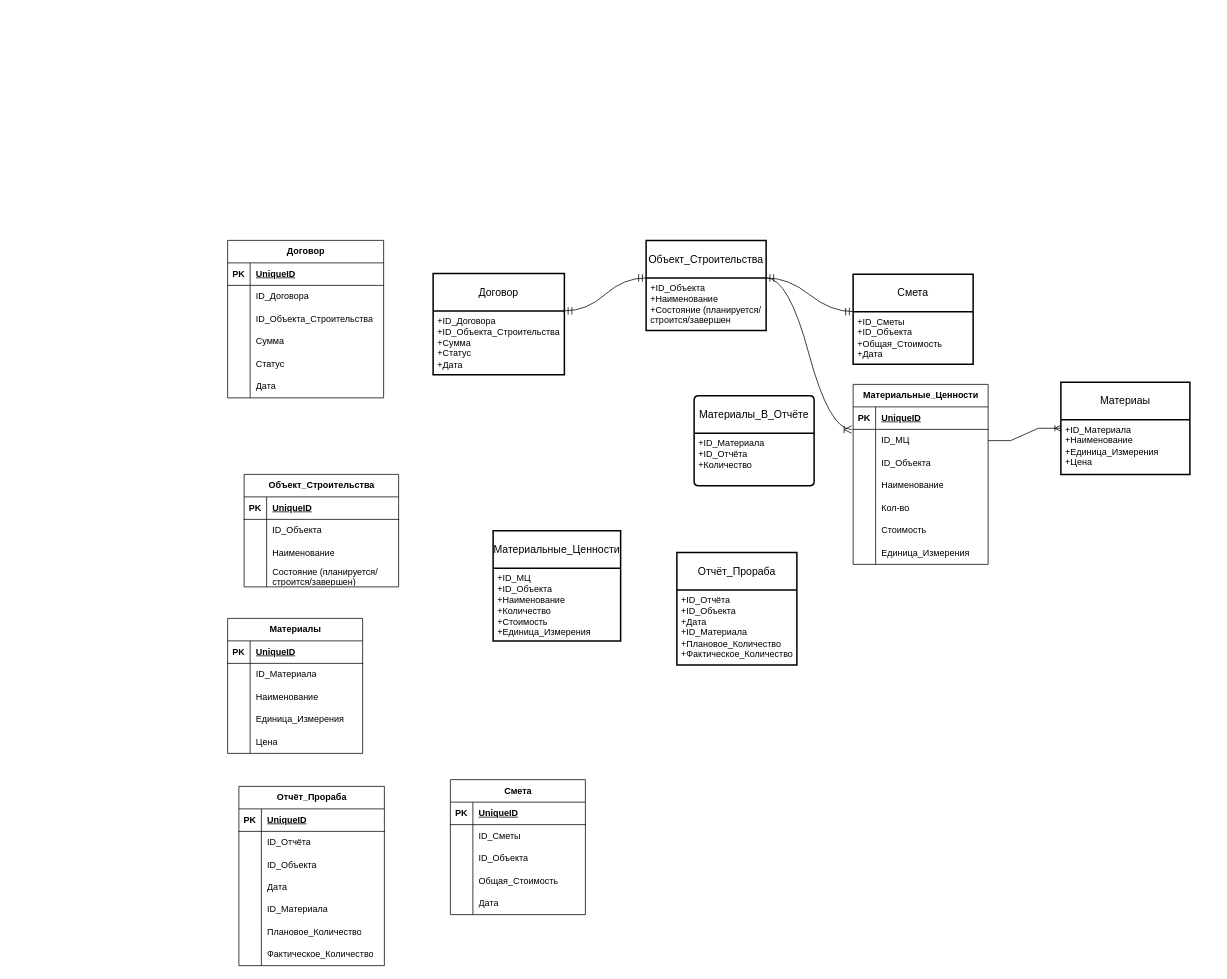
This is page "Страница — 1" (1 of 2) of ER-diagram model.drawio from HoveringTurtle/testrep, a draw.io file, before an edit. Source tidied: cells renumbered, new cells numbered last; positions are measured from the earlier drawing's top-left corner, leaving out a move shared by most shapes. Both pictures are drawn from the tidied source at 75%, with x=0, y=0 at pixel (227, 240).
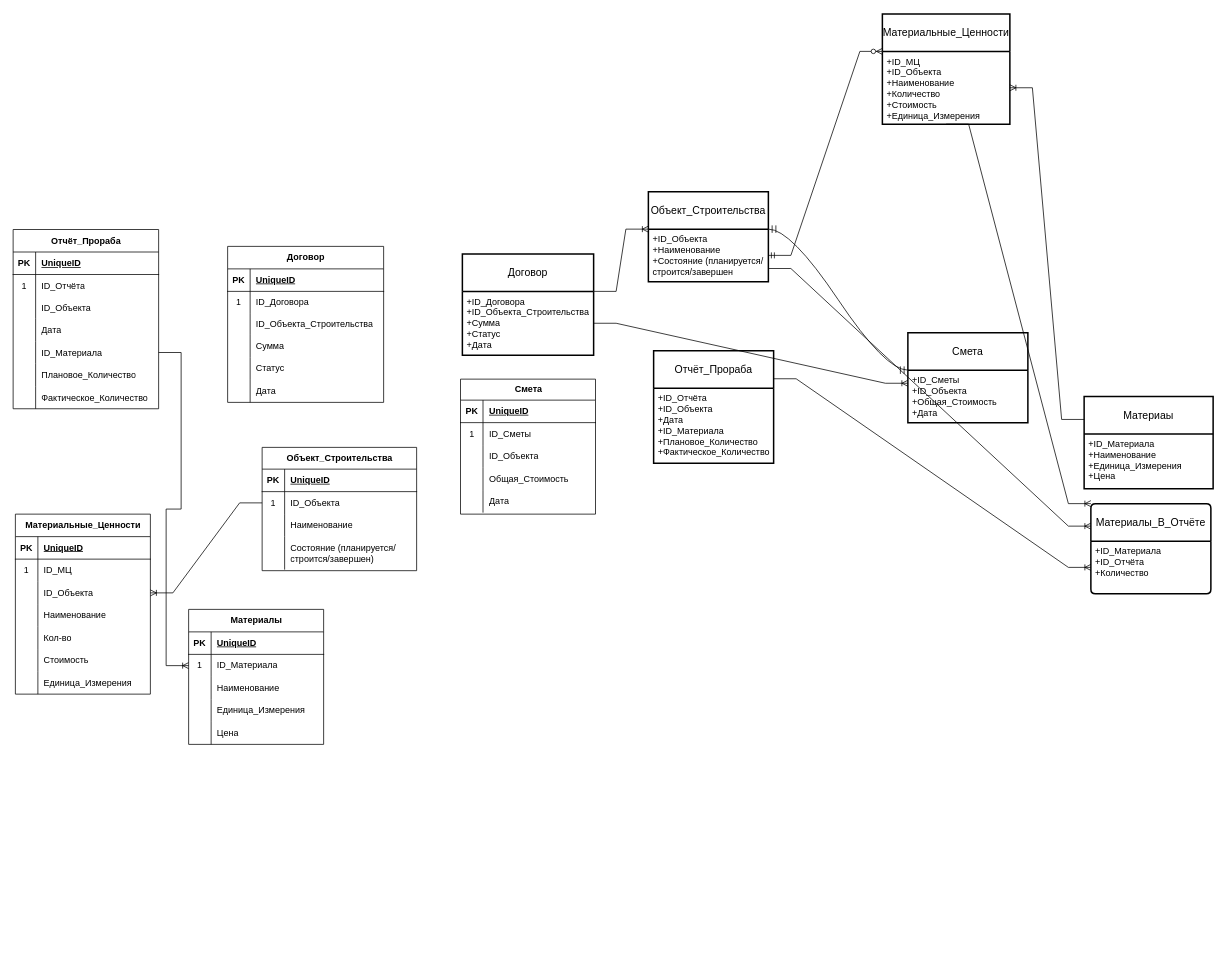
Above is the later version.

Unchanged cells that the change refers to:
```xml
<mxCell id="6" style="shape=tableRow;horizontal=0;startSize=0;swimlaneHead=0;swimlaneBody=0;fillColor=none;top=0;left=0;right=0;bottom=0;" parent="2" vertex="1">
  <mxGeometry y="60" width="208" height="30" as="geometry" />
</mxCell>
<mxCell id="38" style="shape=tableRow;horizontal=0;startSize=0;swimlaneHead=0;swimlaneBody=0;fillColor=none;points=[[0,0.5],[1,0.5]];portConstraint=eastwest;top=0;left=0;right=0;bottom=0;" parent="34" vertex="1">
  <mxGeometry y="60" width="180" height="30" as="geometry" />
</mxCell>
<mxCell id="54" style="shape=tableRow;horizontal=0;startSize=0;swimlaneHead=0;swimlaneBody=0;fillColor=none;top=0;left=0;right=0;bottom=0;" parent="50" vertex="1">
  <mxGeometry y="60" width="194" height="30" as="geometry" />
</mxCell>
<mxCell id="63" style="shape=tableRow;horizontal=0;startSize=0;swimlaneHead=0;swimlaneBody=0;fillColor=none;points=[[0,0.5],[1,0.5]];portConstraint=eastwest;top=0;left=0;right=0;bottom=0;" parent="50" vertex="1">
  <mxGeometry y="149" width="194" height="30" as="geometry" />
</mxCell>
<mxCell id="92" style="shape=tableRow;horizontal=0;startSize=0;swimlaneHead=0;swimlaneBody=0;fillColor=none;points=[[0,0.5],[1,0.5]];portConstraint=eastwest;top=0;left=0;right=0;bottom=0;" parent="88" vertex="1">
  <mxGeometry y="60" width="180" height="30" as="geometry" />
</mxCell>
<mxCell id="95" style="shape=tableRow;horizontal=0;startSize=0;swimlaneHead=0;swimlaneBody=0;fillColor=none;points=[[0,0.5],[1,0.5]];portConstraint=eastwest;top=0;left=0;right=0;bottom=0;" parent="88" vertex="1">
  <mxGeometry y="90" width="180" height="30" as="geometry" />
</mxCell>
<mxCell id="111" value="+ID_Договора&lt;br&gt;+ID_Объекта_Строительства&lt;br&gt;+Сумма&lt;div&gt;+Статус&lt;/div&gt;&lt;div&gt;+Дата&lt;/div&gt;" style="align=left;strokeColor=none;fillColor=none;spacingLeft=4;fontSize=12;verticalAlign=top;html=1;" parent="110" vertex="1">
  <mxGeometry y="50" width="175" height="85" as="geometry" />
</mxCell>
<mxCell id="113" value="+ID_Объекта&lt;br&gt;+Наименование&lt;br&gt;+Состояние (планируется/&lt;div&gt;строится/завершен&lt;br&gt;&lt;/div&gt;" style="align=left;strokeColor=none;fillColor=none;spacingLeft=4;fontSize=12;verticalAlign=top;html=1;" parent="112" vertex="1">
  <mxGeometry y="50" width="160" height="70" as="geometry" />
</mxCell>
<mxCell id="117" value="+ID_МЦ&lt;br&gt;+ID_Объекта&lt;br&gt;+Наименование&lt;div&gt;+Количество&lt;/div&gt;&lt;div&gt;+Стоимость&lt;/div&gt;&lt;div&gt;+Единица_Измерения&lt;/div&gt;" style="align=left;strokeColor=none;fillColor=none;spacingLeft=4;fontSize=12;verticalAlign=top;html=1;" parent="116" vertex="1">
  <mxGeometry y="50" width="170" height="97" as="geometry" />
</mxCell>
<mxCell id="119" value="+ID_Сметы&lt;br&gt;+ID_Объекта&lt;br&gt;+Общая_Стоимость&lt;div&gt;+Дата&lt;/div&gt;" style="align=left;strokeColor=none;fillColor=none;spacingLeft=4;fontSize=12;verticalAlign=top;html=1;" parent="118" vertex="1">
  <mxGeometry y="50" width="160" height="70" as="geometry" />
</mxCell>
<mxCell id="126" value="+ID_Материала&lt;br&gt;+ID_Отчёта&lt;br&gt;+Количество" style="align=left;strokeColor=none;fillColor=none;spacingLeft=4;fontSize=12;verticalAlign=top;html=1;" parent="125" vertex="1">
  <mxGeometry y="50" width="160" height="70" as="geometry" />
</mxCell>
```

Change to the diagram source:
```diff
@@
     <mxCell id="2" value="Договор" style="shape=table;startSize=30;childLayout=tableLayout;rowLines=0;fontStyle=1;align=center;html=1;" parent="1" vertex="1">
-      <mxGeometry width="208" height="210" as="geometry" />
+      <mxGeometry y="8" width="208" height="208" as="geometry" />
     </mxCell>
@@
-    <mxCell id="7" style="shape=partialRectangle;fillColor=none;top=0;left=0;bottom=0;right=0;overflow=hidden;whiteSpace=wrap;html=1;" parent="6" vertex="1">
+    <mxCell id="7" value="1" style="shape=partialRectangle;fillColor=none;top=0;left=0;bottom=0;right=0;overflow=hidden;whiteSpace=wrap;html=1;" parent="6" vertex="1">
       <mxGeometry width="30" height="30" as="geometry" />
     </mxCell>
@@
     <mxCell id="9" style="shape=tableRow;horizontal=0;startSize=0;swimlaneHead=0;swimlaneBody=0;fillColor=none;top=0;left=0;right=0;bottom=0;" parent="2" vertex="1">
-      <mxGeometry y="90" width="208" height="30" as="geometry" />
+      <mxGeometry y="90" width="208" height="28" as="geometry" />
     </mxCell>
     <mxCell id="10" style="shape=partialRectangle;fillColor=none;top=0;left=0;bottom=0;right=0;overflow=hidden;whiteSpace=wrap;html=1;" parent="9" vertex="1">
-      <mxGeometry width="30" height="30" as="geometry" />
+      <mxGeometry width="30" height="28" as="geometry" />
     </mxCell>
     <mxCell id="11" value="ID_Объекта_Строительства" style="shape=partialRectangle;fillColor=none;top=0;left=0;bottom=0;right=0;align=left;spacingLeft=6;overflow=hidden;whiteSpace=wrap;html=1;" parent="9" vertex="1">
-      <mxGeometry x="30" width="178" height="30" as="geometry" />
+      <mxGeometry x="30" width="178" height="28" as="geometry" />
     </mxCell>
     <mxCell id="12" style="shape=tableRow;horizontal=0;startSize=0;swimlaneHead=0;swimlaneBody=0;fillColor=none;top=0;left=0;right=0;bottom=0;" parent="2" vertex="1">
-      <mxGeometry y="120" width="208" height="30" as="geometry" />
+      <mxGeometry y="118" width="208" height="30" as="geometry" />
     </mxCell>
@@
     <mxCell id="15" style="shape=tableRow;horizontal=0;startSize=0;swimlaneHead=0;swimlaneBody=0;fillColor=none;top=0;left=0;right=0;bottom=0;" parent="2" vertex="1">
-      <mxGeometry y="150" width="208" height="30" as="geometry" />
+      <mxGeometry y="148" width="208" height="30" as="geometry" />
     </mxCell>
@@
     <mxCell id="18" style="shape=tableRow;horizontal=0;startSize=0;swimlaneHead=0;swimlaneBody=0;fillColor=none;top=0;left=0;right=0;bottom=0;" parent="2" vertex="1">
-      <mxGeometry y="180" width="208" height="30" as="geometry" />
+      <mxGeometry y="178" width="208" height="30" as="geometry" />
     </mxCell>
@@
-    <mxCell id="21" value="Объект_Строительства" style="shape=table;startSize=30;childLayout=tableLayout;rowLines=0;fontStyle=1;align=center;html=1;" parent="1" vertex="1">
-      <mxGeometry x="22" y="312" width="206" height="150" as="geometry" />
+    <mxCell id="21" value="Объект_Строительства" style="shape=table;startSize=29;childLayout=tableLayout;rowLines=0;fontStyle=1;align=center;html=1;" parent="1" vertex="1">
+      <mxGeometry x="46" y="276" width="206" height="164.4" as="geometry" />
     </mxCell>
     <mxCell id="22" style="shape=tableRow;horizontal=0;startSize=0;swimlaneHead=0;swimlaneBody=0;fillColor=none;top=0;left=0;right=0;bottom=1;" parent="21" vertex="1">
-      <mxGeometry y="30" width="206" height="30" as="geometry" />
+      <mxGeometry y="29" width="206" height="30" as="geometry" />
     </mxCell>
@@
     <mxCell id="25" style="shape=tableRow;horizontal=0;startSize=0;swimlaneHead=0;swimlaneBody=0;fillColor=none;points=[[0,0.5],[1,0.5]];portConstraint=eastwest;top=0;left=0;right=0;bottom=0;" parent="21" vertex="1">
-      <mxGeometry y="60" width="206" height="30" as="geometry" />
+      <mxGeometry y="59" width="206" height="30" as="geometry" />
     </mxCell>
-    <mxCell id="26" style="shape=partialRectangle;fillColor=none;top=0;left=0;bottom=0;right=0;overflow=hidden;whiteSpace=wrap;html=1;" parent="25" vertex="1">
+    <mxCell id="26" value="1" style="shape=partialRectangle;fillColor=none;top=0;left=0;bottom=0;right=0;overflow=hidden;whiteSpace=wrap;html=1;" parent="25" vertex="1">
       <mxGeometry width="30" height="30" as="geometry" />
     </mxCell>
@@
     <mxCell id="28" style="shape=tableRow;horizontal=0;startSize=0;swimlaneHead=0;swimlaneBody=0;fillColor=none;top=0;left=0;right=0;bottom=0;" parent="21" vertex="1">
-      <mxGeometry y="90" width="206" height="30" as="geometry" />
+      <mxGeometry y="89" width="206" height="30" as="geometry" />
     </mxCell>
@@
     <mxCell id="31" style="shape=tableRow;horizontal=0;startSize=0;swimlaneHead=0;swimlaneBody=0;fillColor=none;top=0;left=0;right=0;bottom=0;" parent="21" vertex="1">
-      <mxGeometry y="120" width="206" height="30" as="geometry" />
+      <mxGeometry y="119" width="206" height="44" as="geometry" />
     </mxCell>
     <mxCell id="32" style="shape=partialRectangle;fillColor=none;top=0;left=0;bottom=0;right=0;overflow=hidden;whiteSpace=wrap;html=1;" parent="31" vertex="1">
-      <mxGeometry width="30" height="30" as="geometry" />
+      <mxGeometry width="30" height="44" as="geometry" />
     </mxCell>
     <mxCell id="33" value="Состояние (планируется/строится/завершен)" style="shape=partialRectangle;fillColor=none;top=0;left=0;bottom=0;right=0;align=left;spacingLeft=6;overflow=hidden;whiteSpace=wrap;html=1;" parent="31" vertex="1">
-      <mxGeometry x="30" width="176" height="30" as="geometry" />
+      <mxGeometry x="30" width="176" height="44" as="geometry" />
     </mxCell>
     <mxCell id="34" value="Материалы" style="shape=table;startSize=30;childLayout=tableLayout;rowLines=0;fontStyle=1;align=center;html=1;" parent="1" vertex="1">
-      <mxGeometry y="504" width="180" height="180" as="geometry" />
+      <mxGeometry x="-52" y="492" width="180" height="180" as="geometry" />
     </mxCell>
@@
-    <mxCell id="39" style="shape=partialRectangle;fillColor=none;top=0;left=0;bottom=0;right=0;overflow=hidden;whiteSpace=wrap;html=1;" parent="38" vertex="1">
+    <mxCell id="39" value="1" style="shape=partialRectangle;fillColor=none;top=0;left=0;bottom=0;right=0;overflow=hidden;whiteSpace=wrap;html=1;" parent="38" vertex="1">
       <mxGeometry width="30" height="30" as="geometry" />
     </mxCell>
@@
     <mxCell id="50" value="Отчёт_Прораба" style="shape=table;startSize=30;childLayout=tableLayout;rowLines=0;fontStyle=1;align=center;html=1;" parent="1" vertex="1">
-      <mxGeometry x="15" y="728" width="194" height="239" as="geometry" />
+      <mxGeometry x="-286" y="-14.5" width="194" height="239" as="geometry" />
     </mxCell>
@@
-    <mxCell id="55" style="shape=partialRectangle;fillColor=none;top=0;left=0;bottom=0;right=0;overflow=hidden;whiteSpace=wrap;html=1;" parent="54" vertex="1">
+    <mxCell id="55" value="1" style="shape=partialRectangle;fillColor=none;top=0;left=0;bottom=0;right=0;overflow=hidden;whiteSpace=wrap;html=1;" parent="54" vertex="1">
       <mxGeometry width="30" height="30" as="geometry" />
     </mxCell>
@@
-    <mxCell id="72" value="Смета" style="shape=table;startSize=30;childLayout=tableLayout;rowLines=0;fontStyle=1;align=center;html=1;" parent="1" vertex="1">
-      <mxGeometry x="297" y="719" width="180" height="180" as="geometry" />
+    <mxCell id="72" value="Смета" style="shape=table;startSize=28;childLayout=tableLayout;rowLines=0;fontStyle=1;align=center;html=1;" parent="1" vertex="1">
+      <mxGeometry x="310.5" y="185" width="180" height="180" as="geometry" />
     </mxCell>
     <mxCell id="73" style="shape=tableRow;horizontal=0;startSize=0;swimlaneHead=0;swimlaneBody=0;fillColor=none;top=0;left=0;right=0;bottom=1;" parent="72" vertex="1">
-      <mxGeometry y="30" width="180" height="30" as="geometry" />
+      <mxGeometry y="28" width="180" height="30" as="geometry" />
     </mxCell>
@@
     <mxCell id="76" style="shape=tableRow;horizontal=0;startSize=0;swimlaneHead=0;swimlaneBody=0;fillColor=none;top=0;left=0;right=0;bottom=0;" parent="72" vertex="1">
-      <mxGeometry y="60" width="180" height="30" as="geometry" />
+      <mxGeometry y="58" width="180" height="30" as="geometry" />
     </mxCell>
-    <mxCell id="77" style="shape=partialRectangle;fillColor=none;top=0;left=0;bottom=0;right=0;overflow=hidden;whiteSpace=wrap;html=1;" parent="76" vertex="1">
+    <mxCell id="77" value="1" style="shape=partialRectangle;fillColor=none;top=0;left=0;bottom=0;right=0;overflow=hidden;whiteSpace=wrap;html=1;" parent="76" vertex="1">
       <mxGeometry width="30" height="30" as="geometry" />
     </mxCell>
@@
     <mxCell id="79" style="shape=tableRow;horizontal=0;startSize=0;swimlaneHead=0;swimlaneBody=0;fillColor=none;top=0;left=0;right=0;bottom=0;" parent="72" vertex="1">
-      <mxGeometry y="90" width="180" height="30" as="geometry" />
+      <mxGeometry y="88" width="180" height="30" as="geometry" />
     </mxCell>
@@
     <mxCell id="82" style="shape=tableRow;horizontal=0;startSize=0;swimlaneHead=0;swimlaneBody=0;fillColor=none;top=0;left=0;right=0;bottom=0;" parent="72" vertex="1">
-      <mxGeometry y="120" width="180" height="30" as="geometry" />
+      <mxGeometry y="118" width="180" height="30" as="geometry" />
     </mxCell>
@@
     <mxCell id="85" style="shape=tableRow;horizontal=0;startSize=0;swimlaneHead=0;swimlaneBody=0;fillColor=none;top=0;left=0;right=0;bottom=0;" parent="72" vertex="1">
-      <mxGeometry y="150" width="180" height="30" as="geometry" />
+      <mxGeometry y="148" width="180" height="30" as="geometry" />
     </mxCell>
@@
     <mxCell id="88" value="Материальные_Ценности" style="shape=table;startSize=30;childLayout=tableLayout;rowLines=0;fontStyle=1;align=center;html=1;" parent="1" vertex="1">
-      <mxGeometry x="834" y="192" width="180" height="240" as="geometry" />
+      <mxGeometry x="-283" y="365" width="180" height="240" as="geometry" />
     </mxCell>
@@
-    <mxCell id="93" style="shape=partialRectangle;fillColor=none;top=0;left=0;bottom=0;right=0;overflow=hidden;whiteSpace=wrap;html=1;" parent="92" vertex="1">
+    <mxCell id="93" value="1" style="shape=partialRectangle;fillColor=none;top=0;left=0;bottom=0;right=0;overflow=hidden;whiteSpace=wrap;html=1;" parent="92" vertex="1">
       <mxGeometry width="30" height="30" as="geometry" />
     </mxCell>
@@
     <mxCell id="110" value="Договор" style="swimlane;horizontal=1;startSize=50;rounded=1;fontSize=14;fontStyle=0;strokeWidth=2;shadow=0;dashed=0;align=center;arcSize=0;whiteSpace=wrap;html=1;" parent="1" vertex="1">
-      <mxGeometry x="274" y="44" width="175" height="135" as="geometry" />
+      <mxGeometry x="313" y="18" width="175" height="135" as="geometry" />
     </mxCell>
@@
     <mxCell id="112" value="Объект_Строительства" style="swimlane;horizontal=1;startSize=50;rounded=1;fontSize=14;fontStyle=0;strokeWidth=2;shadow=0;dashed=0;align=center;arcSize=0;whiteSpace=wrap;html=1;" parent="1" vertex="1">
-      <mxGeometry x="558" width="160" height="120" as="geometry" />
+      <mxGeometry x="561" y="-65" width="160" height="120" as="geometry" />
     </mxCell>
@@
     <mxCell id="114" value="Материаы" style="swimlane;horizontal=1;startSize=50;rounded=1;fontSize=14;fontStyle=0;strokeWidth=2;shadow=0;dashed=0;align=center;arcSize=0;whiteSpace=wrap;html=1;" parent="1" vertex="1">
-      <mxGeometry x="1111" y="189" width="172" height="123" as="geometry" />
+      <mxGeometry x="1142" y="208" width="172" height="123" as="geometry" />
     </mxCell>
@@
     <mxCell id="116" value="Материальные_Ценности" style="swimlane;horizontal=1;startSize=50;rounded=1;fontSize=14;fontStyle=0;strokeWidth=2;shadow=0;dashed=0;align=center;arcSize=0;whiteSpace=wrap;html=1;" parent="1" vertex="1">
-      <mxGeometry x="354" y="387" width="170" height="147" as="geometry" />
+      <mxGeometry x="873" y="-302" width="170" height="147" as="geometry" />
     </mxCell>
@@
     <mxCell id="118" value="Смета" style="swimlane;horizontal=1;startSize=50;rounded=1;fontSize=14;fontStyle=0;strokeWidth=2;shadow=0;dashed=0;align=center;arcSize=0;whiteSpace=wrap;html=1;" parent="1" vertex="1">
-      <mxGeometry x="834" y="45" width="160" height="120" as="geometry" />
+      <mxGeometry x="907" y="123" width="160" height="120" as="geometry" />
     </mxCell>
@@
-    <mxCell id="120" style="edgeStyle=entityRelationEdgeStyle;fontSize=12;html=1;endArrow=ERmandOne;startArrow=ERmandOne;rounded=0;startSize=8;endSize=8;curved=1;entryX=0;entryY=0;entryDx=0;entryDy=0;exitX=1;exitY=0;exitDx=0;exitDy=0;" parent="1" edge="1" source="111" target="113">
-      <mxGeometry relative="1" as="geometry" />
-    </mxCell>
@@
-    <mxCell id="122" style="edgeStyle=entityRelationEdgeStyle;fontSize=12;html=1;endArrow=ERoneToMany;rounded=0;startSize=8;endSize=8;curved=1;entryX=-0.011;entryY=0.006;entryDx=0;entryDy=0;entryPerimeter=0;exitX=1;exitY=0;exitDx=0;exitDy=0;" parent="1" edge="1" source="113" target="92">
-      <mxGeometry relative="1" as="geometry" />
-    </mxCell>
     <mxCell id="123" value="Отчёт_Прораба" style="swimlane;horizontal=1;startSize=50;rounded=1;fontSize=14;fontStyle=0;strokeWidth=2;shadow=0;dashed=0;align=center;arcSize=0;whiteSpace=wrap;html=1;" parent="1" vertex="1">
-      <mxGeometry x="599" y="416" width="160" height="150" as="geometry" />
+      <mxGeometry x="568" y="147" width="160" height="150" as="geometry" />
     </mxCell>
@@
     <mxCell id="125" value="Материалы_В_Отчёте" style="swimlane;horizontal=1;startSize=50;rounded=1;fontSize=14;fontStyle=0;strokeWidth=2;shadow=0;dashed=0;align=center;arcSize=4;whiteSpace=wrap;html=1;" parent="1" vertex="1">
-      <mxGeometry x="622" y="207" width="160" height="120" as="geometry" />
+      <mxGeometry x="1151" y="351" width="160" height="120" as="geometry" />
     </mxCell>
@@
-    <mxCell id="127" style="edgeStyle=entityRelationEdgeStyle;fontSize=12;html=1;endArrow=ERoneToMany;rounded=0;exitX=1;exitY=0.5;exitDx=0;exitDy=0;" parent="1" edge="1" source="92" target="114">
-      <mxGeometry relative="1" as="geometry">
-        <Array as="points">
-          <mxPoint x="1014" y="305" />
-          <mxPoint x="1112" y="236" />
-        </Array>
-      </mxGeometry>
-    </mxCell>
+    <mxCell id="120" style="edgeStyle=entityRelationEdgeStyle;fontSize=12;html=1;endArrow=ERoneToMany;rounded=0;exitX=1;exitY=0;exitDx=0;exitDy=0;entryX=0;entryY=0;entryDx=0;entryDy=0;" parent="1" edge="1" source="111" target="113">
+      <mxGeometry relative="1" as="geometry" />
+    </mxCell>
+    <mxCell id="128" style="edgeStyle=entityRelationEdgeStyle;fontSize=12;html=1;endArrow=ERoneToMany;rounded=0;exitX=1;exitY=0.5;exitDx=0;exitDy=0;entryX=0;entryY=0.25;entryDx=0;entryDy=0;" parent="1" edge="1" source="111" target="119">
+      <mxGeometry relative="1" as="geometry" />
+    </mxCell>
+    <mxCell id="129" style="edgeStyle=entityRelationEdgeStyle;fontSize=12;html=1;endArrow=ERoneToMany;rounded=0;exitX=1;exitY=0.75;exitDx=0;exitDy=0;entryX=0;entryY=0.25;entryDx=0;entryDy=0;" parent="1" edge="1" source="113" target="125">
+      <mxGeometry relative="1" as="geometry">
+        <Array as="points">
+          <mxPoint x="593" y="130" />
+          <mxPoint x="754" y="142" />
+        </Array>
+      </mxGeometry>
+    </mxCell>
+    <mxCell id="130" style="edgeStyle=entityRelationEdgeStyle;fontSize=12;html=1;endArrow=ERoneToMany;rounded=0;exitX=0;exitY=0.25;exitDx=0;exitDy=0;" parent="1" edge="1" source="114" target="117">
+      <mxGeometry relative="1" as="geometry" />
+    </mxCell>
+    <mxCell id="131" style="edgeStyle=entityRelationEdgeStyle;fontSize=12;html=1;endArrow=ERoneToMany;rounded=0;entryX=0;entryY=0.5;entryDx=0;entryDy=0;exitX=1;exitY=0.25;exitDx=0;exitDy=0;" parent="1" edge="1" source="123" target="126">
+      <mxGeometry relative="1" as="geometry" />
+    </mxCell>
+    <mxCell id="132" style="edgeStyle=entityRelationEdgeStyle;fontSize=12;html=1;endArrow=ERzeroToMany;startArrow=ERmandOne;rounded=0;exitX=1;exitY=0.5;exitDx=0;exitDy=0;entryX=0;entryY=0;entryDx=0;entryDy=0;" parent="1" edge="1" source="113" target="117">
+      <mxGeometry relative="1" as="geometry" />
+    </mxCell>
+    <mxCell id="133" style="edgeStyle=entityRelationEdgeStyle;fontSize=12;html=1;endArrow=ERoneToMany;rounded=0;exitX=0.5;exitY=1;exitDx=0;exitDy=0;entryX=0;entryY=0;entryDx=0;entryDy=0;" parent="1" edge="1" source="117" target="125">
+      <mxGeometry relative="1" as="geometry">
+        <Array as="points">
+          <mxPoint x="1146.3" y="-83" />
+          <mxPoint x="1049.3" y="-79" />
+        </Array>
+      </mxGeometry>
+    </mxCell>
+    <mxCell id="134" style="edgeStyle=entityRelationEdgeStyle;fontSize=12;html=1;endArrow=ERoneToMany;rounded=0;exitX=1;exitY=0.5;exitDx=0;exitDy=0;entryX=0;entryY=0.5;entryDx=0;entryDy=0;" parent="1" edge="1" source="63" target="38">
+      <mxGeometry relative="1" as="geometry" />
+    </mxCell>
+    <mxCell id="135" style="edgeStyle=entityRelationEdgeStyle;fontSize=12;html=1;endArrow=ERoneToMany;rounded=0;entryX=1;entryY=0.5;entryDx=0;entryDy=0;exitX=0;exitY=0.5;exitDx=0;exitDy=0;" parent="1" edge="1" source="25" target="95">
+      <mxGeometry relative="1" as="geometry" />
+    </mxCell>
```
